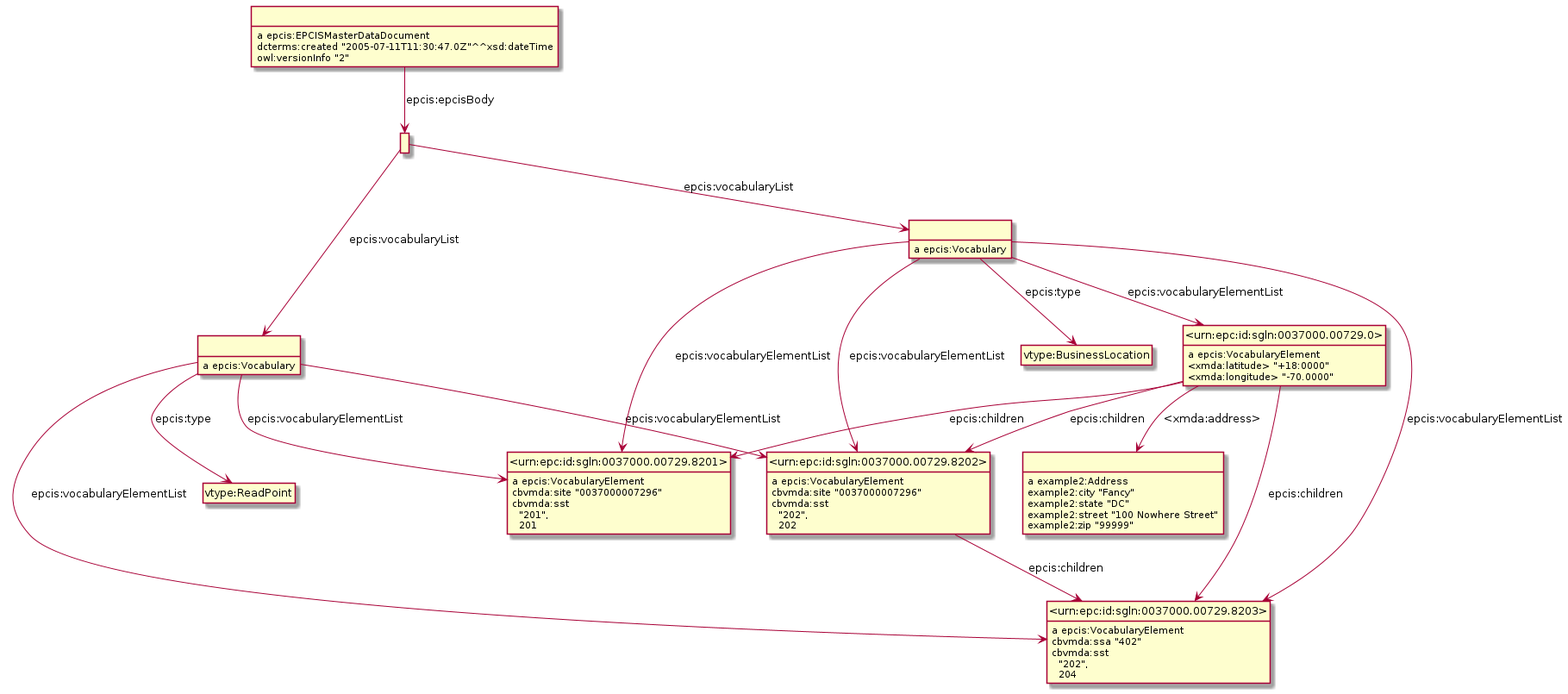
Above: Diagrams/Example_9.8.1-MasterData.png in gs1/EPCIS (PlantUML), before the change.
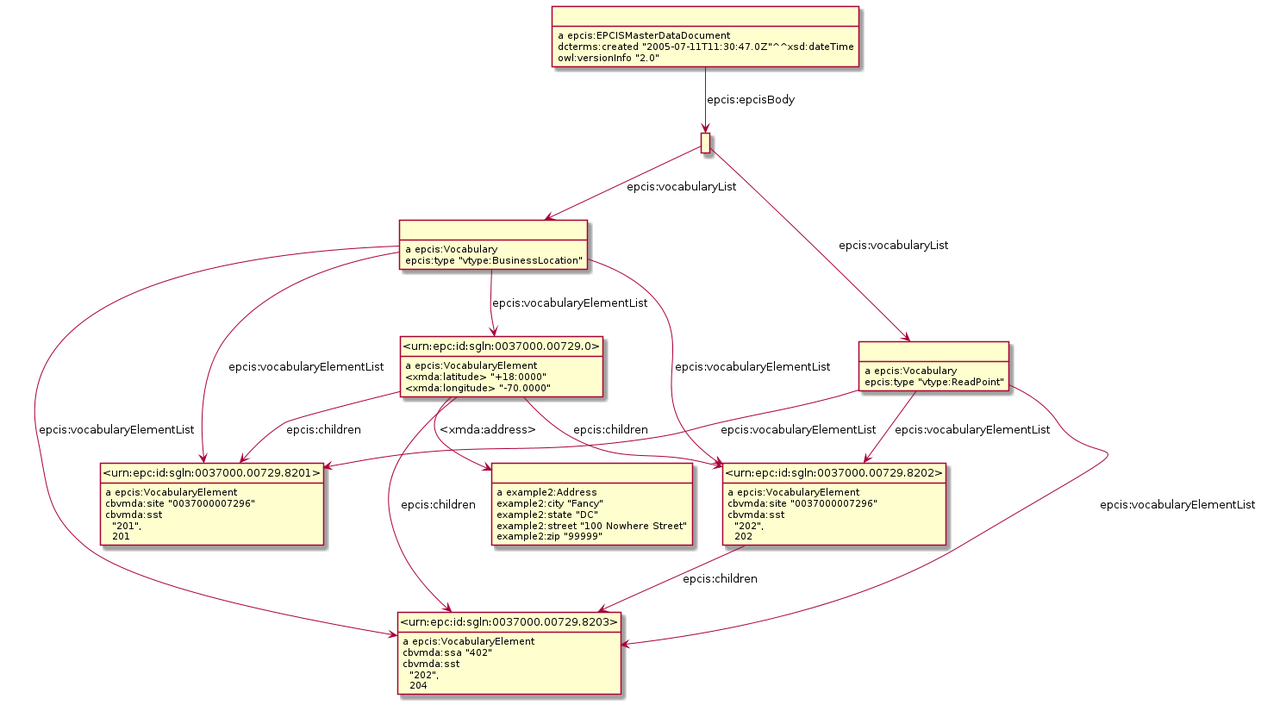
The same file after the commit.

Diff of the diagram source:
```diff
@@ -3,54 +3,52 @@
 hide empty attributes
 hide circle
 skinparam classAttributeIconSize 0
+class _r1623934081r3_ as " "
+_r1623934081r3_ : a epcis:Vocabulary
 class _urn_epc_id_sgln_0037000_00729_8202_ as "<urn:epc:id:sgln:0037000.00729.8202>"
+_r1623934081r3_ -down-> _urn_epc_id_sgln_0037000_00729_8202_ : epcis:vocabularyElementList
+class _urn_epc_id_sgln_0037000_00729_8203_ as "<urn:epc:id:sgln:0037000.00729.8203>"
+_r1623934081r3_ -down-> _urn_epc_id_sgln_0037000_00729_8203_ : epcis:vocabularyElementList
+class _urn_epc_id_sgln_0037000_00729_8201_ as "<urn:epc:id:sgln:0037000.00729.8201>"
+_r1623934081r3_ -down-> _urn_epc_id_sgln_0037000_00729_8201_ : epcis:vocabularyElementList
+class _urn_epc_id_sgln_0037000_00729_0_ as "<urn:epc:id:sgln:0037000.00729.0>"
+_r1623934081r3_ -down-> _urn_epc_id_sgln_0037000_00729_0_ : epcis:vocabularyElementList
+_r1623934081r3_ : epcis:type "vtype:BusinessLocation"
+class _r1623934081r2_ as " "
+_r1623934081r2_ : a epcis:Vocabulary
+_r1623934081r2_ -down-> _urn_epc_id_sgln_0037000_00729_8202_ : epcis:vocabularyElementList
+_r1623934081r2_ -down-> _urn_epc_id_sgln_0037000_00729_8203_ : epcis:vocabularyElementList
+_r1623934081r2_ -down-> _urn_epc_id_sgln_0037000_00729_8201_ : epcis:vocabularyElementList
+_r1623934081r2_ : epcis:type "vtype:ReadPoint"
+class _r1623934081r0_ as " "
+_r1623934081r0_ : a epcis:EPCISMasterDataDocument
+class _r1623934081r1_ as " "
+_r1623934081r0_ -down-> _r1623934081r1_ : epcis:epcisBody
+_r1623934081r0_ : dcterms:created "2005-07-11T11:30:47.0Z"^^xsd:dateTime
+_r1623934081r0_ : owl:versionInfo "2.0"
+_urn_epc_id_sgln_0037000_00729_8203_ : a epcis:VocabularyElement
+_urn_epc_id_sgln_0037000_00729_8203_ : cbvmda:ssa "402"
+_urn_epc_id_sgln_0037000_00729_8203_ : cbvmda:sst\n  "202",\n  204
 _urn_epc_id_sgln_0037000_00729_8202_ : a epcis:VocabularyElement
-class _urn_epc_id_sgln_0037000_00729_8203_ as "<urn:epc:id:sgln:0037000.00729.8203>"
 _urn_epc_id_sgln_0037000_00729_8202_ -down-> _urn_epc_id_sgln_0037000_00729_8203_ : epcis:children
 _urn_epc_id_sgln_0037000_00729_8202_ : cbvmda:site "0037000007296"
 _urn_epc_id_sgln_0037000_00729_8202_ : cbvmda:sst\n  "202",\n  202
-class _r1623307986r0_ as " "
-_r1623307986r0_ : a epcis:EPCISMasterDataDocument
-class _r1623307986r1_ as " "
-_r1623307986r0_ -down-> _r1623307986r1_ : epcis:epcisBody
-_r1623307986r0_ : dcterms:created "2005-07-11T11:30:47.0Z"^^xsd:dateTime
-_r1623307986r0_ : owl:versionInfo "2"
-class _r1623307986r2_ as " "
-_r1623307986r2_ : a epcis:Vocabulary
-_r1623307986r2_ -down-> _urn_epc_id_sgln_0037000_00729_8202_ : epcis:vocabularyElementList
-class vtype_ReadPoint as "vtype:ReadPoint"
-_r1623307986r2_ -down-> vtype_ReadPoint : epcis:type
-_r1623307986r2_ -down-> _urn_epc_id_sgln_0037000_00729_8203_ : epcis:vocabularyElementList
-class _urn_epc_id_sgln_0037000_00729_8201_ as "<urn:epc:id:sgln:0037000.00729.8201>"
-_r1623307986r2_ -down-> _urn_epc_id_sgln_0037000_00729_8201_ : epcis:vocabularyElementList
-_urn_epc_id_sgln_0037000_00729_8203_ : a epcis:VocabularyElement
-_urn_epc_id_sgln_0037000_00729_8203_ : cbvmda:ssa "402"
-_urn_epc_id_sgln_0037000_00729_8203_ : cbvmda:sst\n  "202",\n  204
-class _r1623307986r3_ as " "
-_r1623307986r3_ : a epcis:Vocabulary
-_r1623307986r3_ -down-> _urn_epc_id_sgln_0037000_00729_8203_ : epcis:vocabularyElementList
-_r1623307986r3_ -down-> _urn_epc_id_sgln_0037000_00729_8201_ : epcis:vocabularyElementList
-class vtype_BusinessLocation as "vtype:BusinessLocation"
-_r1623307986r3_ -down-> vtype_BusinessLocation : epcis:type
-_r1623307986r3_ -down-> _urn_epc_id_sgln_0037000_00729_8202_ : epcis:vocabularyElementList
-class _urn_epc_id_sgln_0037000_00729_0_ as "<urn:epc:id:sgln:0037000.00729.0>"
-_r1623307986r3_ -down-> _urn_epc_id_sgln_0037000_00729_0_ : epcis:vocabularyElementList
+class _r1623934081r4_ as " "
+_r1623934081r4_ : a example2:Address
+_r1623934081r4_ : example2:city "Fancy"
+_r1623934081r4_ : example2:state "DC"
+_r1623934081r4_ : example2:street "100 Nowhere Street"
+_r1623934081r4_ : example2:zip "99999"
+_urn_epc_id_sgln_0037000_00729_0_ : a epcis:VocabularyElement
+_urn_epc_id_sgln_0037000_00729_0_ -down-> _urn_epc_id_sgln_0037000_00729_8203_ : epcis:children
+_urn_epc_id_sgln_0037000_00729_0_ -down-> _urn_epc_id_sgln_0037000_00729_8202_ : epcis:children
+_urn_epc_id_sgln_0037000_00729_0_ -down-> _urn_epc_id_sgln_0037000_00729_8201_ : epcis:children
+_urn_epc_id_sgln_0037000_00729_0_ -down-> _r1623934081r4_ : <xmda:address>
+_urn_epc_id_sgln_0037000_00729_0_ : <xmda:latitude> "+18:0000"
+_urn_epc_id_sgln_0037000_00729_0_ : <xmda:longitude> "-70.0000"
+_r1623934081r1_ -down-> _r1623934081r2_ : epcis:vocabularyList
+_r1623934081r1_ -down-> _r1623934081r3_ : epcis:vocabularyList
 _urn_epc_id_sgln_0037000_00729_8201_ : a epcis:VocabularyElement
 _urn_epc_id_sgln_0037000_00729_8201_ : cbvmda:site "0037000007296"
 _urn_epc_id_sgln_0037000_00729_8201_ : cbvmda:sst\n  "201",\n  201
-class _r1623307986r4_ as " "
-_r1623307986r4_ : a example2:Address
-_r1623307986r4_ : example2:city "Fancy"
-_r1623307986r4_ : example2:state "DC"
-_r1623307986r4_ : example2:street "100 Nowhere Street"
-_r1623307986r4_ : example2:zip "99999"
-_urn_epc_id_sgln_0037000_00729_0_ : a epcis:VocabularyElement
-_urn_epc_id_sgln_0037000_00729_0_ -down-> _urn_epc_id_sgln_0037000_00729_8203_ : epcis:children
-_urn_epc_id_sgln_0037000_00729_0_ -down-> _urn_epc_id_sgln_0037000_00729_8201_ : epcis:children
-_urn_epc_id_sgln_0037000_00729_0_ -down-> _urn_epc_id_sgln_0037000_00729_8202_ : epcis:children
-_urn_epc_id_sgln_0037000_00729_0_ -down-> _r1623307986r4_ : <xmda:address>
-_urn_epc_id_sgln_0037000_00729_0_ : <xmda:latitude> "+18:0000"
-_urn_epc_id_sgln_0037000_00729_0_ : <xmda:longitude> "-70.0000"
-_r1623307986r1_ -down-> _r1623307986r3_ : epcis:vocabularyList
-_r1623307986r1_ -down-> _r1623307986r2_ : epcis:vocabularyList
 @enduml
```
